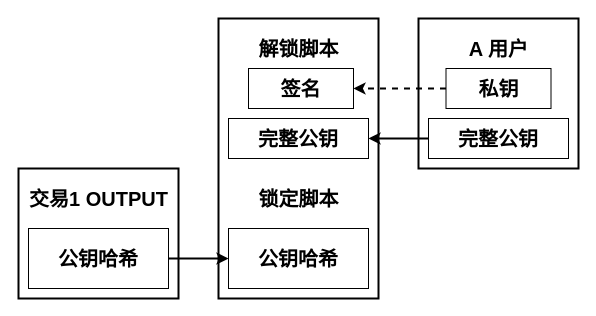
Before: spending P2PKH  output.drawio in liugangjian/BTCWallet, a draw.io diagram. Source tidied: cells renumbered, new cells numbered last; positions are measured from the earlier drawing's top-left corner, leaving out a move shared by most shapes. Both pictures are drawn from the tidied source at 100%, with x=0, y=0 at pixel (18, 18).
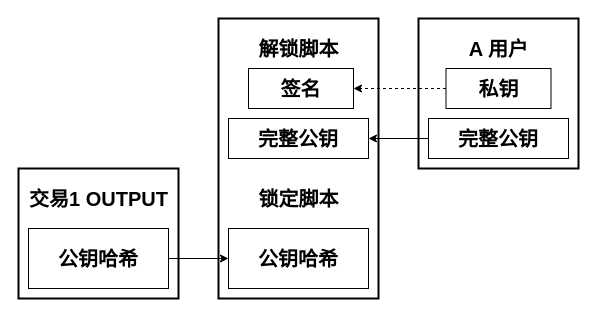
The same diagram, later.

The edit, as a diff of the source:
```diff
@@
 <mxGraphModel>
   <root>
     <mxCell id="0" />
     <mxCell id="1" parent="0" />
     <mxCell id="2" style="rounded=0;whiteSpace=wrap;html=1;strokeWidth=2;" parent="1" vertex="1">
       <mxGeometry y="150" width="160" height="130" as="geometry" />
     </mxCell>
     <mxCell id="3" value="&lt;font style=&quot;font-size: 20px&quot;&gt;&lt;b&gt;交易1 OUTPUT&lt;/b&gt;&lt;/font&gt;" style="text;html=1;strokeColor=none;fillColor=none;align=center;verticalAlign=middle;whiteSpace=wrap;rounded=0;" parent="1" vertex="1">
       <mxGeometry x="7.5" y="160" width="145" height="40" as="geometry" />
     </mxCell>
     <mxCell id="4" value="&lt;font style=&quot;font-size: 20px&quot;&gt;&lt;b&gt;公钥哈希&lt;/b&gt;&lt;/font&gt;" style="rounded=0;whiteSpace=wrap;html=1;" parent="1" vertex="1">
       <mxGeometry x="10" y="210" width="140" height="60" as="geometry" />
     </mxCell>
     <mxCell id="5" style="rounded=0;whiteSpace=wrap;html=1;strokeWidth=2;" parent="1" vertex="1">
       <mxGeometry x="200" width="160" height="280" as="geometry" />
     </mxCell>
     <mxCell id="6" value="&lt;font style=&quot;font-size: 20px&quot;&gt;&lt;b&gt;解锁脚本&lt;/b&gt;&lt;/font&gt;" style="text;html=1;strokeColor=none;fillColor=none;align=center;verticalAlign=middle;whiteSpace=wrap;rounded=0;" parent="1" vertex="1">
       <mxGeometry x="207.5" y="10" width="145" height="40" as="geometry" />
     </mxCell>
     <mxCell id="7" value="&lt;font style=&quot;font-size: 20px&quot;&gt;&lt;b&gt;锁定脚本&lt;/b&gt;&lt;/font&gt;" style="text;html=1;strokeColor=none;fillColor=none;align=center;verticalAlign=middle;whiteSpace=wrap;rounded=0;" parent="1" vertex="1">
       <mxGeometry x="207.5" y="160" width="145" height="40" as="geometry" />
     </mxCell>
     <mxCell id="8" value="&lt;font style=&quot;font-size: 20px&quot;&gt;&lt;b&gt;公钥哈希&lt;/b&gt;&lt;/font&gt;" style="rounded=0;whiteSpace=wrap;html=1;" parent="1" vertex="1">
       <mxGeometry x="210" y="210" width="140" height="60" as="geometry" />
     </mxCell>
     <mxCell id="9" value="&lt;font style=&quot;font-size: 20px&quot;&gt;&lt;b&gt;签名&lt;/b&gt;&lt;/font&gt;" style="rounded=0;whiteSpace=wrap;html=1;" parent="1" vertex="1">
       <mxGeometry x="230" y="50" width="105" height="40" as="geometry" />
     </mxCell>
     <mxCell id="10" value="&lt;font style=&quot;font-size: 20px&quot;&gt;&lt;b&gt;完整公钥&lt;/b&gt;&lt;/font&gt;" style="rounded=0;whiteSpace=wrap;html=1;" parent="1" vertex="1">
       <mxGeometry x="210" y="100" width="140" height="40" as="geometry" />
     </mxCell>
     <mxCell id="11" style="rounded=0;whiteSpace=wrap;html=1;strokeWidth=2;" parent="1" vertex="1">
       <mxGeometry x="400" width="160" height="150" as="geometry" />
     </mxCell>
     <mxCell id="12" value="&lt;font style=&quot;font-size: 20px&quot;&gt;&lt;b&gt;A 用户&lt;/b&gt;&lt;/font&gt;" style="text;html=1;strokeColor=none;fillColor=none;align=center;verticalAlign=middle;whiteSpace=wrap;rounded=0;" parent="1" vertex="1">
       <mxGeometry x="407.5" y="10" width="145" height="40" as="geometry" />
     </mxCell>
-    <mxCell id="13" style="edgeStyle=orthogonalEdgeStyle;rounded=0;jettySize=auto;html=1;exitX=0;exitY=0.5;exitDx=0;exitDy=0;dashed=1;strokeWidth=2;" parent="1" edge="1" source="14" target="9">
+    <mxCell id="13" style="edgeStyle=orthogonalEdgeStyle;rounded=0;jettySize=auto;html=1;exitX=0;exitY=0.5;exitDx=0;exitDy=0;dashed=1;strokeWidth=1;" parent="1" edge="1" source="14" target="9">
       <mxGeometry relative="1" as="geometry" />
     </mxCell>
     <mxCell id="14" value="&lt;font style=&quot;font-size: 20px&quot;&gt;&lt;b&gt;私钥&lt;/b&gt;&lt;/font&gt;" style="rounded=0;whiteSpace=wrap;html=1;" parent="1" vertex="1">
       <mxGeometry x="427.5" y="50" width="105" height="40" as="geometry" />
     </mxCell>
-    <mxCell id="15" style="edgeStyle=orthogonalEdgeStyle;rounded=0;jettySize=auto;html=1;exitX=0;exitY=0.5;exitDx=0;exitDy=0;entryX=1;entryY=0.5;entryDx=0;entryDy=0;strokeWidth=2;" parent="1" edge="1" source="16" target="10">
+    <mxCell id="15" style="edgeStyle=orthogonalEdgeStyle;rounded=0;jettySize=auto;html=1;exitX=0;exitY=0.5;exitDx=0;exitDy=0;entryX=1;entryY=0.5;entryDx=0;entryDy=0;strokeWidth=1;" parent="1" edge="1" source="16" target="10">
       <mxGeometry relative="1" as="geometry" />
     </mxCell>
     <mxCell id="16" value="&lt;font style=&quot;font-size: 20px&quot;&gt;&lt;b&gt;完整公钥&lt;/b&gt;&lt;/font&gt;" style="rounded=0;whiteSpace=wrap;html=1;" parent="1" vertex="1">
       <mxGeometry x="410" y="100" width="140" height="40" as="geometry" />
     </mxCell>
-    <mxCell id="17" style="edgeStyle=orthogonalEdgeStyle;rounded=0;jettySize=auto;html=1;exitX=1;exitY=0.5;exitDx=0;exitDy=0;strokeWidth=2;" parent="1" edge="1" source="4" target="8">
+    <mxCell id="17" style="edgeStyle=orthogonalEdgeStyle;rounded=0;jettySize=auto;html=1;exitX=1;exitY=0.5;exitDx=0;exitDy=0;strokeWidth=1;" parent="1" edge="1" source="4" target="8">
       <mxGeometry relative="1" as="geometry" />
     </mxCell>
   </root>
 </mxGraphModel>
```
